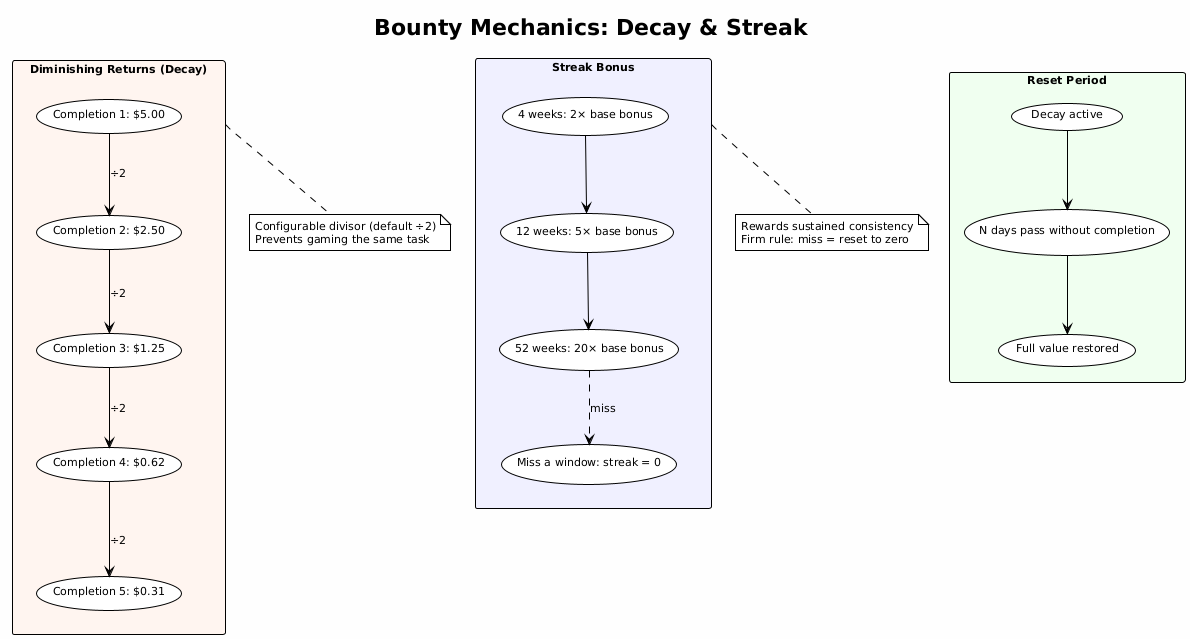
Before: diagrams/bounty_decay_streak.png, a diagram exported from PlantUML (vampireLibrarianMonk/life_planning).
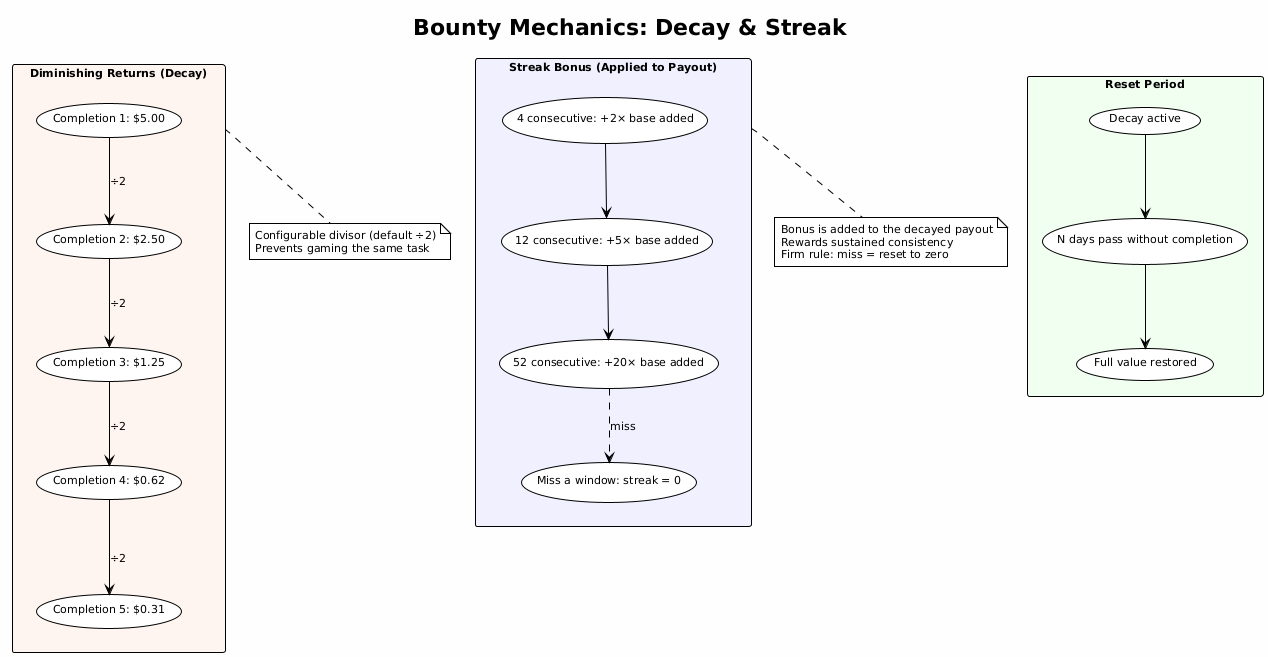
After the change.

What changed in the source:
```diff
@@ -25,10 +25,10 @@
   rw --> rf
 }
 
-rectangle "**Streak Bonus**" as streak #F0F0FF {
-  (4 weeks: 2× base bonus) as s4
-  (12 weeks: 5× base bonus) as s12
-  (52 weeks: 20× base bonus) as s52
+rectangle "**Streak Bonus (Applied to Payout)**" as streak #F0F0FF {
+  (4 consecutive: +2× base added) as s4
+  (12 consecutive: +5× base added) as s12
+  (52 consecutive: +20× base added) as s52
   (Miss a window: streak = 0) as s0
   s4 --> s12
   s12 --> s52
@@ -41,6 +41,7 @@
 end note
 
 note bottom of streak
+  Bonus is added to the decayed payout
   Rewards sustained consistency
   Firm rule: miss = reset to zero
 end note
```
